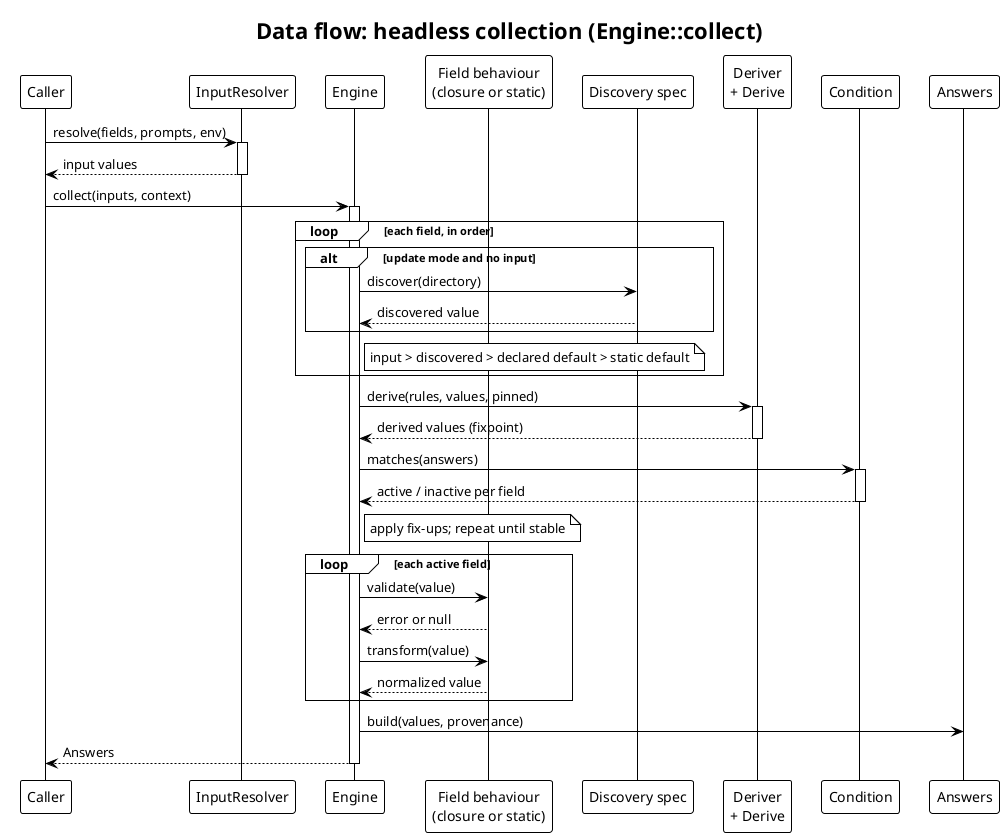
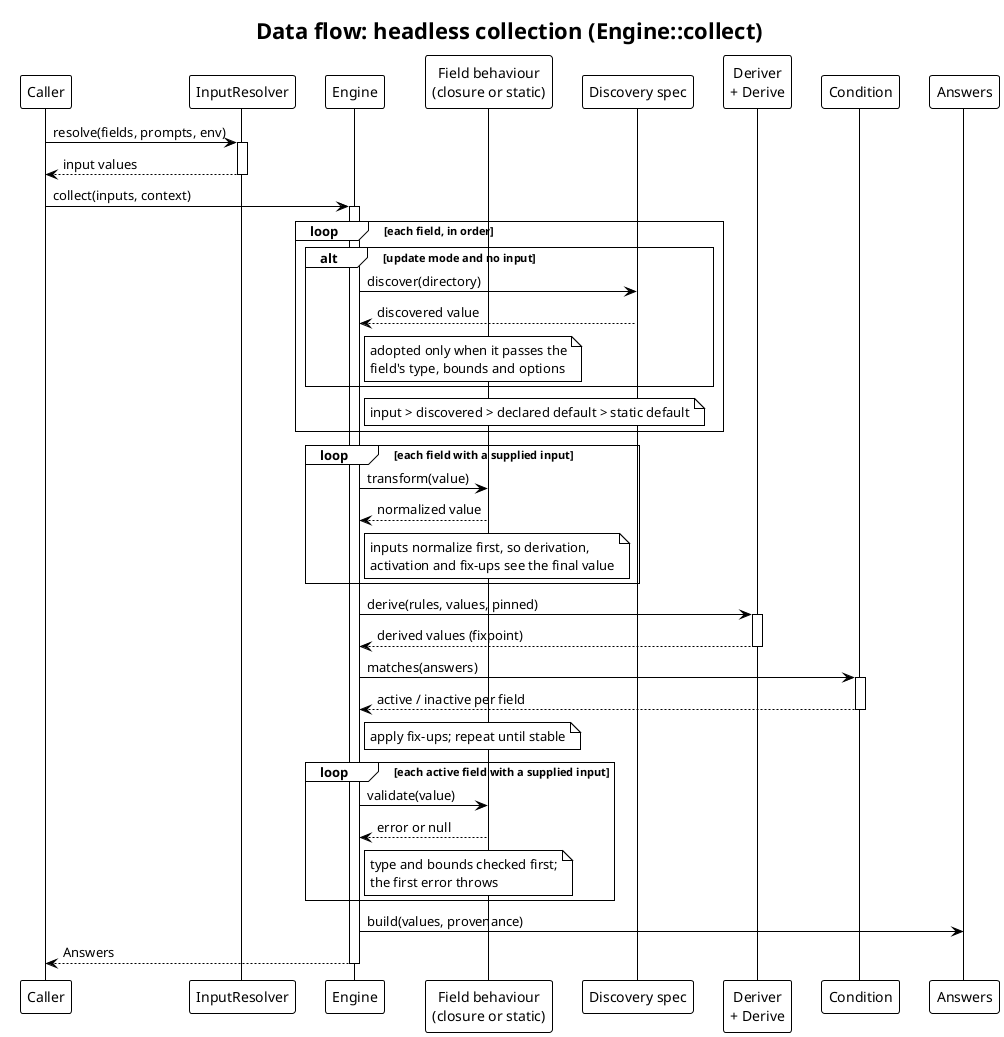
@startuml
' drevops/tui - data flow for headless collection.
- ' Traced from src/Engine/Engine.php (collect -> resolveInitial -> stabilize -> validate/transform).
+ ' Traced from src/Engine/Engine.php (collect -> resolveAll -> transformInputs -> stabilize -> guardInputs).
' Regenerate every SVG with:  plantuml -tsvg docs/architecture/*.puml
!theme plain
skinparam backgroundColor white
skinparam defaultFontName Helvetica
skinparam shadowing false
title Data flow: headless collection (Engine::collect)

participant "Caller" as Caller
participant "InputResolver" as IR
participant "Engine" as Eng
participant "Field behaviour\n(closure or static)" as B
participant "Discovery spec" as Disc
participant "Deriver\n+ Derive" as Der
participant "Condition" as CE
participant "Answers" as Ans

Caller -> IR: resolve(fields, prompts, env)
activate IR
IR --> Caller: input values
deactivate IR

Caller -> Eng: collect(inputs, context)
activate Eng

loop each field, in order
  alt update mode and no input
    Eng -> Disc: discover(directory)
    Disc --> Eng: discovered value
+     note right of Eng: adopted only when it passes the\nfield's type, bounds and options
  end
  note right of Eng: input > discovered > declared default > static default
+ end
+ 
+ loop each field with a supplied input
+   Eng -> B: transform(value)
+   B --> Eng: normalized value
+   note right of Eng: inputs normalize first, so derivation,\nactivation and fix-ups see the final value
end

Eng -> Der: derive(rules, values, pinned)
activate Der
Der --> Eng: derived values (fixpoint)
deactivate Der
Eng -> CE: matches(answers)
activate CE
CE --> Eng: active / inactive per field
deactivate CE
note right of Eng: apply fix-ups; repeat until stable

- loop each active field
+ loop each active field with a supplied input
  Eng -> B: validate(value)
  B --> Eng: error or null
-   Eng -> B: transform(value)
-   B --> Eng: normalized value
+   note right of Eng: type and bounds checked first;\nthe first error throws
end

Eng -> Ans: build(values, provenance)
Eng --> Caller: Answers
deactivate Eng
@enduml
